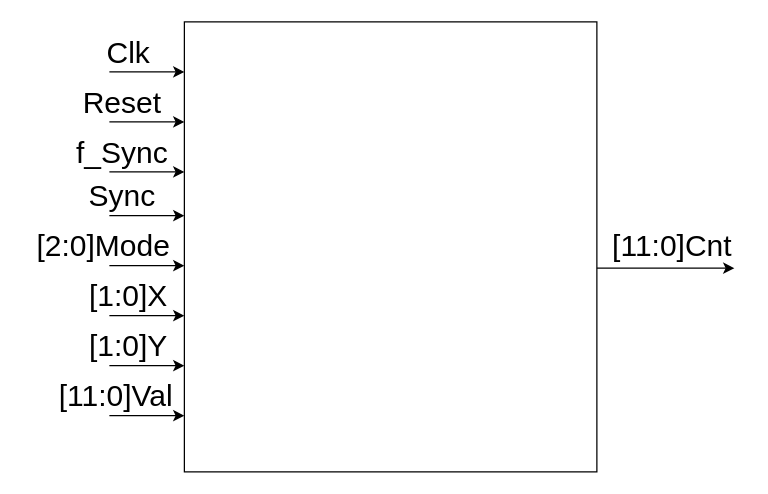
The draw.io diagram Untitled Diagram.drawio in sabarioded/Patterns_Project, before the edit. Source tidied: cells renumbered, new cells numbered last; positions are measured from the earlier drawing's top-left corner, leaving out a move shared by most shapes. Both pictures are drawn from the tidied source at 125%, with x=0, y=0 at pixel (21, 21).
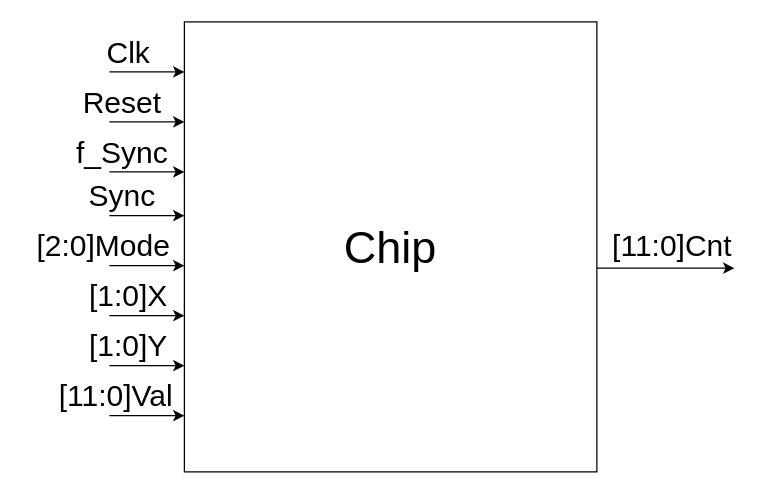
The same page after the edit.

Diff of the diagram source:
```diff
@@
-    <mxCell id="2" style="rounded=0;whiteSpace=wrap;html=1;" parent="1" vertex="1">
+    <mxCell id="2" value="&lt;font style=&quot;font-size: 36px;&quot;&gt;Chip&lt;/font&gt;" style="rounded=0;whiteSpace=wrap;html=1;" parent="1" vertex="1">
       <mxGeometry x="130" width="330" height="360" as="geometry" />
     </mxCell>
```
